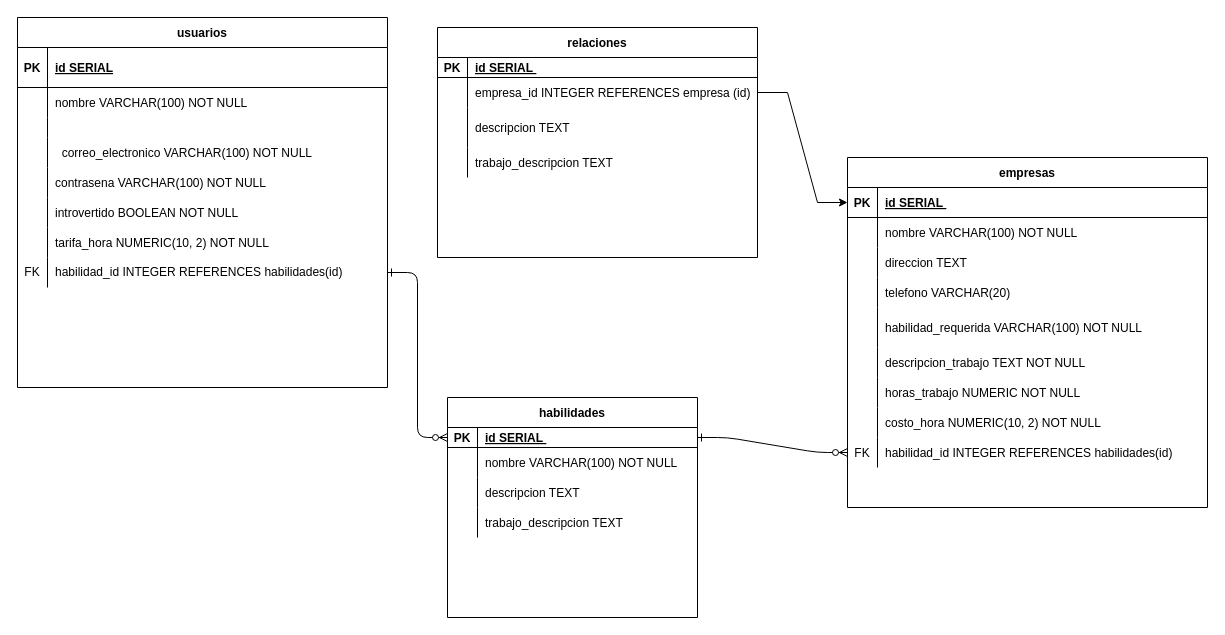
Above: Tinder.drawio in Sam123389/Tinder_para_habilidades (draw.io), before the change. Source tidied: cells renumbered, new cells numbered last; positions are measured from the earlier drawing's top-left corner, leaving out a move shared by most shapes. Both pictures are drawn from the tidied source at 100%, with x=0, y=0 at pixel (17, 17).
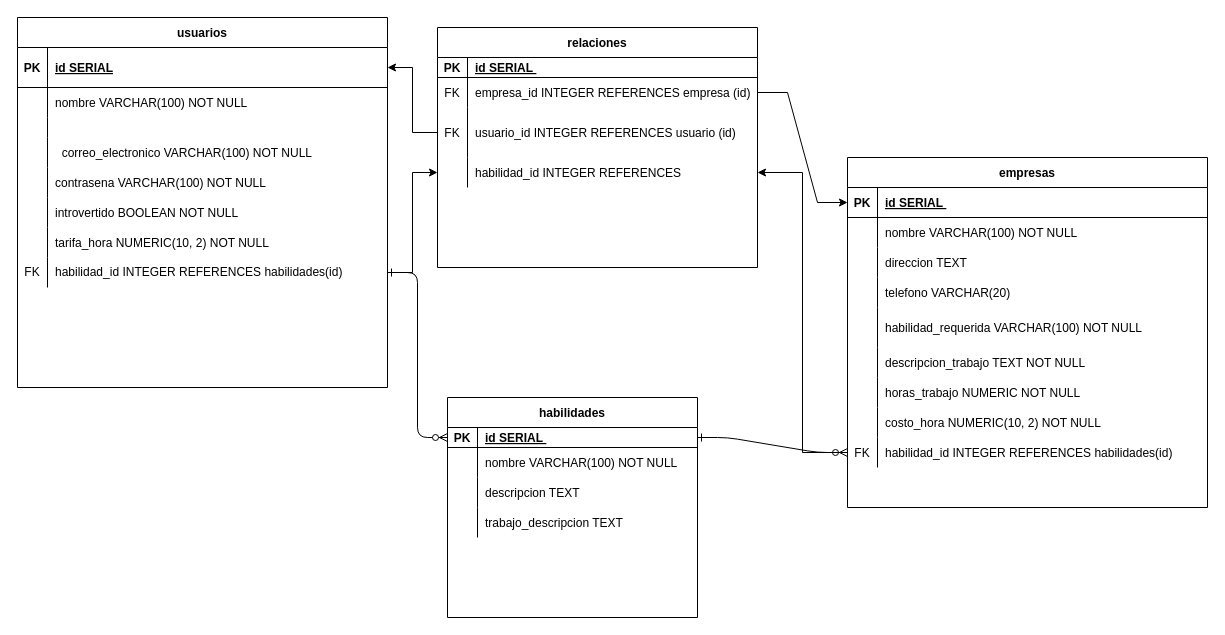
Above is the later version.

The change refers to these unchanged cells:
```xml
<mxCell id="42" style="shape=tableRow;horizontal=0;startSize=0;swimlaneHead=0;swimlaneBody=0;fillColor=none;points=[[0,0.5],[1,0.5]];portConstraint=eastwest;top=0;left=0;right=0;bottom=0;" parent="17" vertex="1">
  <mxGeometry y="280" width="360" height="30" as="geometry" />
</mxCell>
<mxCell id="46" style="shape=partialRectangle;fillColor=none;points=[[0,0.5],[1,0.5]];portConstraint=eastwest;top=0;left=0;right=0;bottom=1;" parent="45" vertex="1">
  <mxGeometry y="30" width="370" height="40" as="geometry" />
</mxCell>
<mxCell id="67" style="shape=tableRow;horizontal=0;startSize=0;swimlaneHead=0;swimlaneBody=0;fillColor=none;points=[[0,0.5],[1,0.5]];portConstraint=eastwest;top=0;left=0;right=0;bottom=0;" parent="45" vertex="1">
  <mxGeometry y="240" width="370" height="30" as="geometry" />
</mxCell>
<mxCell id="76" style="shape=partialRectangle;fillColor=none;points=[[0,0.5],[1,0.5]];portConstraint=eastwest;top=0;left=0;right=0;bottom=0;" parent="72" vertex="1">
  <mxGeometry y="50" width="320" height="30" as="geometry" />
</mxCell>
```

Change to the diagram source:
```diff
@@
     <mxCell id="72" value="relaciones" style="shape=table;startSize=30;childLayout=tableLayout;rowLines=0;fontStyle=1;align=center;" parent="1" vertex="1">
-      <mxGeometry x="420" y="10" width="320" height="230" as="geometry" />
+      <mxGeometry x="420" y="10" width="320" height="240" as="geometry" />
     </mxCell>
@@
-    <mxCell id="77" style="shape=partialRectangle;overflow=hidden;fillColor=none;top=0;left=0;bottom=0;right=0;" parent="76" vertex="1">
+    <mxCell id="77" value="FK" style="shape=partialRectangle;overflow=hidden;fillColor=none;top=0;left=0;bottom=0;right=0;" parent="76" vertex="1">
       <mxGeometry width="30" height="30" as="geometry" />
     </mxCell>
@@
     <mxCell id="79" style="shape=partialRectangle;fillColor=none;points=[[0,0.5],[1,0.5]];portConstraint=eastwest;top=0;left=0;right=0;bottom=0;" parent="72" vertex="1">
-      <mxGeometry y="80" width="320" height="40" as="geometry" />
+      <mxGeometry y="80" width="320" height="50" as="geometry" />
     </mxCell>
-    <mxCell id="80" style="shape=partialRectangle;overflow=hidden;fillColor=none;top=0;left=0;bottom=0;right=0;" parent="79" vertex="1">
-      <mxGeometry width="30" height="40" as="geometry" />
+    <mxCell id="80" value="FK" style="shape=partialRectangle;overflow=hidden;fillColor=none;top=0;left=0;bottom=0;right=0;" parent="79" vertex="1">
+      <mxGeometry width="30" height="50" as="geometry" />
     </mxCell>
-    <mxCell id="81" value="descripcion TEXT" style="shape=partialRectangle;overflow=hidden;fillColor=none;top=0;left=0;bottom=0;right=0;align=left;spacingLeft=6;" parent="79" vertex="1">
-      <mxGeometry x="30" width="290" height="40" as="geometry" />
+    <mxCell id="81" value="usuario_id INTEGER REFERENCES usuario (id)" style="shape=partialRectangle;overflow=hidden;fillColor=none;top=0;left=0;bottom=0;right=0;align=left;spacingLeft=6;" parent="79" vertex="1">
+      <mxGeometry x="30" width="290" height="50" as="geometry" />
     </mxCell>
     <mxCell id="82" style="shape=tableRow;horizontal=0;startSize=0;swimlaneHead=0;swimlaneBody=0;fillColor=none;points=[[0,0.5],[1,0.5]];portConstraint=eastwest;top=0;left=0;right=0;bottom=0;" parent="72" vertex="1">
-      <mxGeometry y="120" width="320" height="30" as="geometry" />
+      <mxGeometry y="130" width="320" height="30" as="geometry" />
     </mxCell>
@@
-    <mxCell id="84" value="trabajo_descripcion TEXT" style="shape=partialRectangle;fillColor=none;top=0;left=0;bottom=0;right=0;align=left;spacingLeft=6;overflow=hidden;" parent="82" vertex="1">
+    <mxCell id="84" value="habilidad_id INTEGER REFERENCES " style="shape=partialRectangle;fillColor=none;top=0;left=0;bottom=0;right=0;align=left;spacingLeft=6;overflow=hidden;" parent="82" vertex="1">
       <mxGeometry x="30" width="290" height="30" as="geometry" />
     </mxCell>
@@
+    <mxCell id="86" style="edgeStyle=orthogonalEdgeStyle;rounded=0;jettySize=auto;html=1;exitX=0;exitY=0.5;exitDx=0;exitDy=0;entryX=1;entryY=0.5;entryDx=0;entryDy=0;" parent="1" edge="1" source="79" target="46">
+      <mxGeometry relative="1" as="geometry" />
+    </mxCell>
+    <mxCell id="87" style="edgeStyle=orthogonalEdgeStyle;rounded=0;jettySize=auto;html=1;exitX=0;exitY=0.5;exitDx=0;exitDy=0;entryX=1;entryY=0.5;entryDx=0;entryDy=0;" parent="1" edge="1" source="42" target="82">
+      <mxGeometry relative="1" as="geometry" />
+    </mxCell>
+    <mxCell id="88" style="edgeStyle=orthogonalEdgeStyle;rounded=0;jettySize=auto;html=1;exitX=1;exitY=0.5;exitDx=0;exitDy=0;entryX=0;entryY=0.5;entryDx=0;entryDy=0;" parent="1" edge="1" source="67" target="82">
+      <mxGeometry relative="1" as="geometry" />
+    </mxCell>
```
